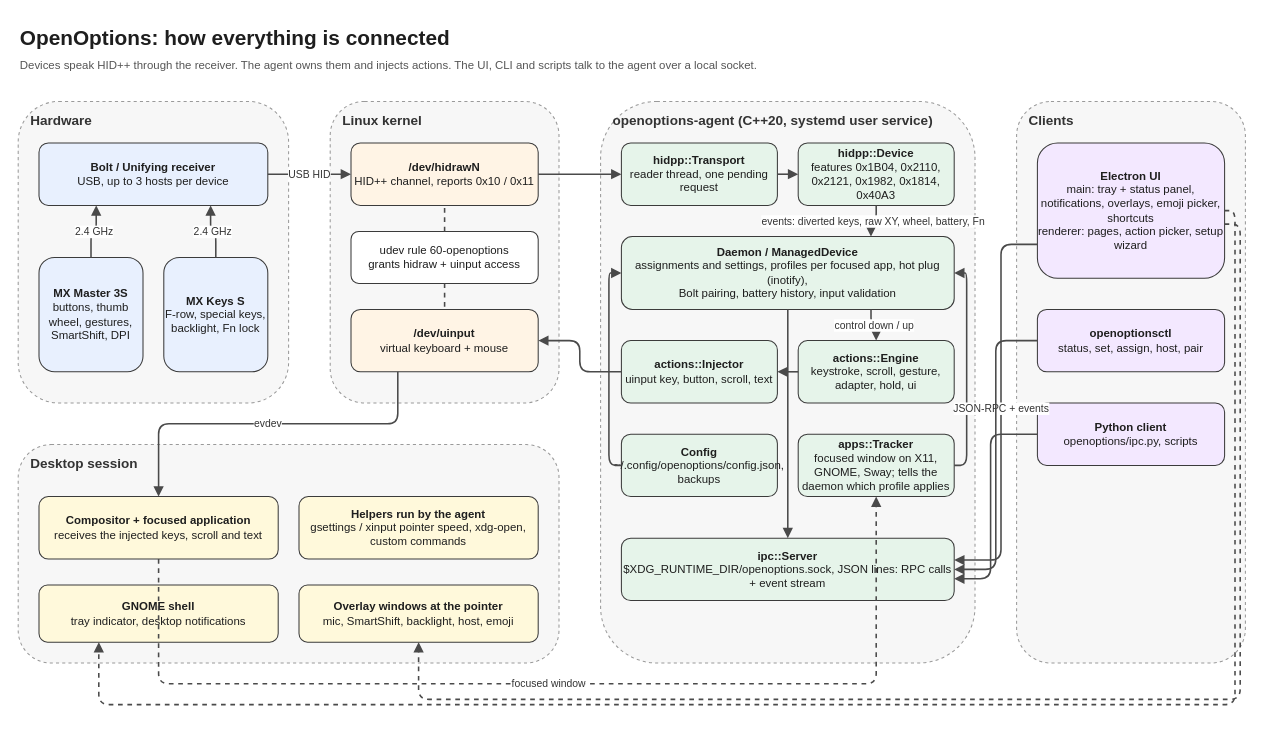
This is docs/architecture.drawio from aabdelghani/logimx, a draw.io file, before an edit. Source tidied: cells renumbered, new cells numbered last; positions are measured from the earlier drawing's top-left corner, leaving out a move shared by most shapes. Both pictures are drawn from the tidied source at 104%, with x=0, y=0 at pixel (18, 18).
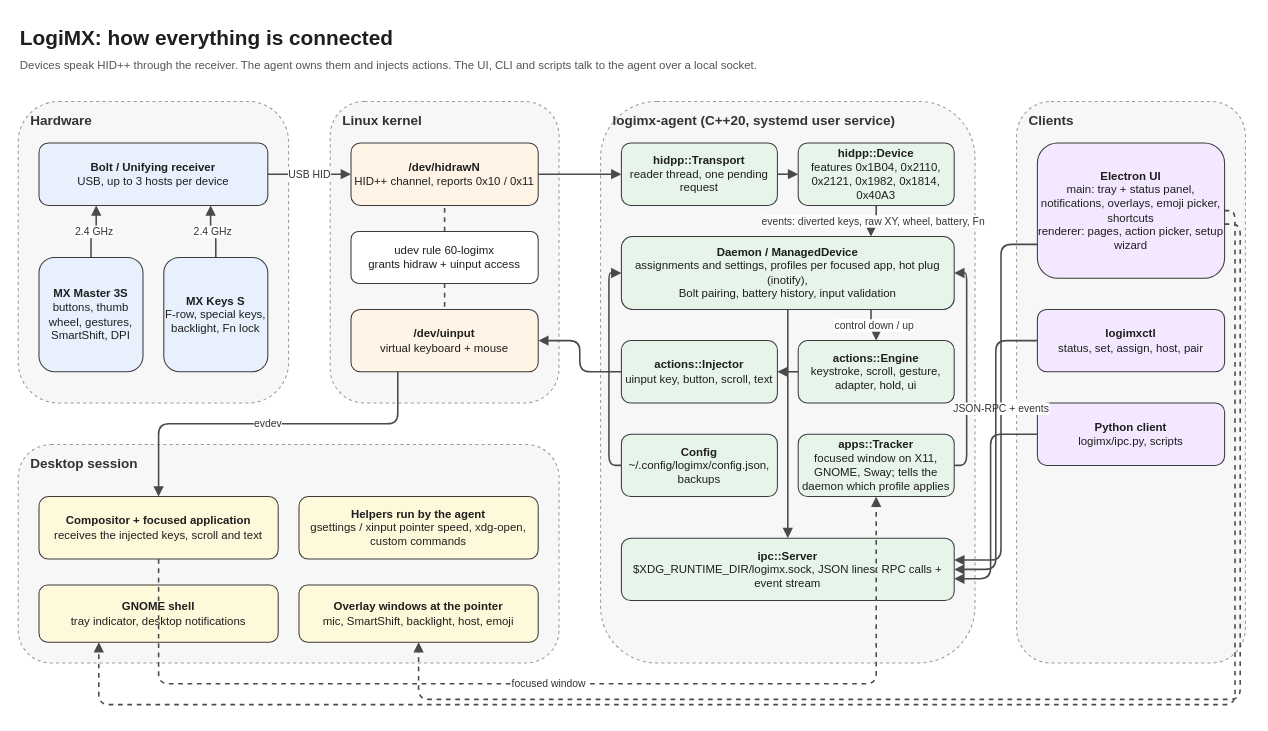
Above is the later version.

What changed in the source:
```diff
@@
-    <mxCell id="2" value="OpenOptions: how everything is connected" style="text;html=1;fontSize=20;fontStyle=1;align=left;fontColor=#1e1e1e;" parent="1" vertex="1">
+    <mxCell id="2" value="LogiMX: how everything is connected" style="text;html=1;fontSize=20;fontStyle=1;align=left;fontColor=#1e1e1e;" parent="1" vertex="1">
       <mxGeometry width="1180" height="30" as="geometry" />
     </mxCell>
@@
-    <mxCell id="12" value="udev rule 60-openoptions&lt;br&gt;grants hidraw + uinput access" style="rounded=1;whiteSpace=wrap;html=1;fontSize=11;strokeColor=#3b3b3b;fontColor=#1e1e1e;fillColor=#FFFFFF;" parent="1" vertex="1">
+    <mxCell id="12" value="udev rule 60-logimx&lt;br&gt;grants hidraw + uinput access" style="rounded=1;whiteSpace=wrap;html=1;fontSize=11;strokeColor=#3b3b3b;fontColor=#1e1e1e;fillColor=#FFFFFF;" parent="1" vertex="1">
       <mxGeometry x="320" y="205" width="180" height="50" as="geometry" />
     </mxCell>
@@
-    <mxCell id="17" value="openoptions-agent  (C++20, systemd user service)" style="rounded=1;whiteSpace=wrap;html=1;fontSize=13;fontStyle=1;verticalAlign=top;align=left;spacingLeft=10;spacingTop=4;strokeColor=#9a9a9a;dashed=1;fontColor=#333333;fillColor=#F7F7F7;" parent="1" vertex="1">
+    <mxCell id="17" value="logimx-agent  (C++20, systemd user service)" style="rounded=1;whiteSpace=wrap;html=1;fontSize=13;fontStyle=1;verticalAlign=top;align=left;spacingLeft=10;spacingTop=4;strokeColor=#9a9a9a;dashed=1;fontColor=#333333;fillColor=#F7F7F7;" parent="1" vertex="1">
       <mxGeometry x="560" y="80" width="360" height="540" as="geometry" />
     </mxCell>
@@
-    <mxCell id="23" value="&lt;b&gt;Config&lt;/b&gt;&lt;br&gt;~/.config/openoptions/config.json, backups" style="rounded=1;whiteSpace=wrap;html=1;fontSize=11;strokeColor=#3b3b3b;fontColor=#1e1e1e;fillColor=#E6F4EA;" parent="1" vertex="1">
+    <mxCell id="23" value="&lt;b&gt;Config&lt;/b&gt;&lt;br&gt;~/.config/logimx/config.json, backups" style="rounded=1;whiteSpace=wrap;html=1;fontSize=11;strokeColor=#3b3b3b;fontColor=#1e1e1e;fillColor=#E6F4EA;" parent="1" vertex="1">
       <mxGeometry x="580" y="400" width="150" height="60" as="geometry" />
     </mxCell>
@@
-    <mxCell id="25" value="&lt;b&gt;ipc::Server&lt;/b&gt;&lt;br&gt;$XDG_RUNTIME_DIR/openoptions.sock, JSON lines: RPC calls + event stream" style="rounded=1;whiteSpace=wrap;html=1;fontSize=11;strokeColor=#3b3b3b;fontColor=#1e1e1e;fillColor=#E6F4EA;" parent="1" vertex="1">
+    <mxCell id="25" value="&lt;b&gt;ipc::Server&lt;/b&gt;&lt;br&gt;$XDG_RUNTIME_DIR/logimx.sock, JSON lines: RPC calls + event stream" style="rounded=1;whiteSpace=wrap;html=1;fontSize=11;strokeColor=#3b3b3b;fontColor=#1e1e1e;fillColor=#E6F4EA;" parent="1" vertex="1">
       <mxGeometry x="580" y="500" width="320" height="60" as="geometry" />
     </mxCell>
@@
-    <mxCell id="37" value="&lt;b&gt;openoptionsctl&lt;/b&gt;&lt;br&gt;status, set, assign, host, pair" style="rounded=1;whiteSpace=wrap;html=1;fontSize=11;strokeColor=#3b3b3b;fontColor=#1e1e1e;fillColor=#F3E8FF;" parent="1" vertex="1">
+    <mxCell id="37" value="&lt;b&gt;logimxctl&lt;/b&gt;&lt;br&gt;status, set, assign, host, pair" style="rounded=1;whiteSpace=wrap;html=1;fontSize=11;strokeColor=#3b3b3b;fontColor=#1e1e1e;fillColor=#F3E8FF;" parent="1" vertex="1">
       <mxGeometry x="980" y="280" width="180" height="60" as="geometry" />
     </mxCell>
-    <mxCell id="38" value="&lt;b&gt;Python client&lt;/b&gt;&lt;br&gt;openoptions/ipc.py, scripts" style="rounded=1;whiteSpace=wrap;html=1;fontSize=11;strokeColor=#3b3b3b;fontColor=#1e1e1e;fillColor=#F3E8FF;" parent="1" vertex="1">
+    <mxCell id="38" value="&lt;b&gt;Python client&lt;/b&gt;&lt;br&gt;logimx/ipc.py, scripts" style="rounded=1;whiteSpace=wrap;html=1;fontSize=11;strokeColor=#3b3b3b;fontColor=#1e1e1e;fillColor=#F3E8FF;" parent="1" vertex="1">
       <mxGeometry x="980" y="370" width="180" height="60" as="geometry" />
     </mxCell>
```
